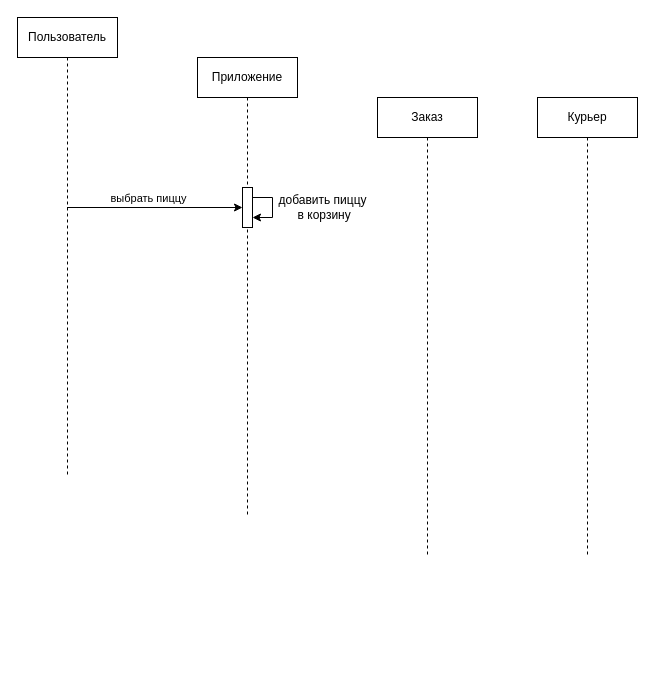
This is ДиаграммаПоследовательности.drawio from hard-gainer/UML, a draw.io file, before an edit. Source tidied: cells renumbered, new cells numbered last; positions are measured from the earlier drawing's top-left corner, leaving out a move shared by most shapes. Both pictures are drawn from the tidied source at 100%, with x=0, y=0 at pixel (17, 17).
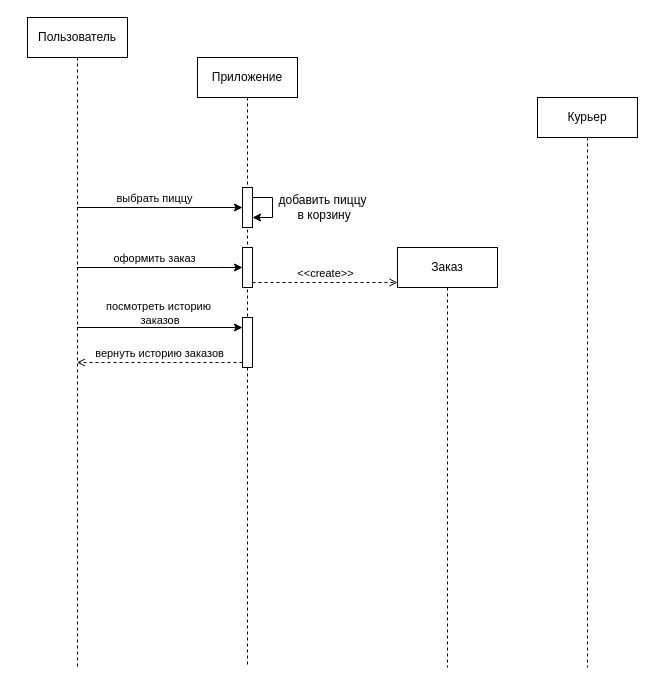
Above is the later version.

What changed in the source:
```diff
@@
     <mxCell id="4" value="Пользователь" style="shape=umlLifeline;perimeter=lifelinePerimeter;whiteSpace=wrap;html=1;outlineConnect=0;portConstraint=eastwest;newEdgeStyle={&quot;edgeStyle&quot;:&quot;elbowEdgeStyle&quot;,&quot;elbow&quot;:&quot;vertical&quot;,&quot;curved&quot;:0,&quot;rounded&quot;:0};" parent="1" vertex="1">
-      <mxGeometry width="100" height="460" as="geometry" />
+      <mxGeometry x="10" width="100" height="650" as="geometry" />
     </mxCell>
     <mxCell id="5" value="Приложение" style="shape=umlLifeline;perimeter=lifelinePerimeter;whiteSpace=wrap;html=1;newEdgeStyle={&quot;edgeStyle&quot;:&quot;elbowEdgeStyle&quot;,&quot;elbow&quot;:&quot;vertical&quot;,&quot;curved&quot;:0,&quot;rounded&quot;:0};" parent="1" vertex="1">
-      <mxGeometry x="180" y="40" width="100" height="460" as="geometry" />
+      <mxGeometry x="180" y="40" width="100" height="610" as="geometry" />
     </mxCell>
@@
+    <mxCell id="11" style="html=1;points=[[0,0,0,0,5],[0,1,0,0,-5],[1,0,0,0,5],[1,1,0,0,-5]];perimeter=orthogonalPerimeter;outlineConnect=0;targetShapes=umlLifeline;portConstraint=eastwest;newEdgeStyle={&quot;curved&quot;:0,&quot;rounded&quot;:0};" parent="5" vertex="1">
+      <mxGeometry x="45" y="190" width="10" height="40" as="geometry" />
+    </mxCell>
+    <mxCell id="12" style="html=1;points=[[0,0,0,0,5],[0,1,0,0,-5],[1,0,0,0,5],[1,1,0,0,-5]];perimeter=orthogonalPerimeter;outlineConnect=0;targetShapes=umlLifeline;portConstraint=eastwest;newEdgeStyle={&quot;curved&quot;:0,&quot;rounded&quot;:0};" parent="5" vertex="1">
+      <mxGeometry x="45" y="260" width="10" height="50" as="geometry" />
+    </mxCell>
     <mxCell id="8" value="Курьер" style="shape=umlLifeline;perimeter=lifelinePerimeter;whiteSpace=wrap;html=1;newEdgeStyle={&quot;edgeStyle&quot;:&quot;elbowEdgeStyle&quot;,&quot;elbow&quot;:&quot;vertical&quot;,&quot;curved&quot;:0,&quot;rounded&quot;:0};" parent="1" vertex="1">
-      <mxGeometry x="520" y="80" width="100" height="460" as="geometry" />
+      <mxGeometry x="520" y="80" width="100" height="570" as="geometry" />
     </mxCell>
@@
     <mxCell id="10" value="Заказ" style="shape=umlLifeline;perimeter=lifelinePerimeter;whiteSpace=wrap;html=1;newEdgeStyle={&quot;edgeStyle&quot;:&quot;elbowEdgeStyle&quot;,&quot;elbow&quot;:&quot;vertical&quot;,&quot;curved&quot;:0,&quot;rounded&quot;:0};" parent="1" vertex="1">
-      <mxGeometry x="360" y="80" width="100" height="460" as="geometry" />
+      <mxGeometry x="380" y="230" width="100" height="420" as="geometry" />
     </mxCell>
+    <mxCell id="13" style="edgeStyle=elbowEdgeStyle;rounded=0;jettySize=auto;html=1;elbow=vertical;curved=0;" parent="1" edge="1" source="4" target="11">
+      <mxGeometry relative="1" as="geometry">
+        <Array as="points">
+          <mxPoint x="200" y="250" />
+          <mxPoint x="190" y="260" />
+        </Array>
+      </mxGeometry>
+    </mxCell>
+    <mxCell id="14" value="оформить заказ" style="edgeLabel;html=1;align=center;verticalAlign=middle;" parent="13" vertex="1">
+      <mxGeometry x="-0.24" y="1" relative="1" as="geometry">
+        <mxPoint x="14" y="-9" as="offset" />
+      </mxGeometry>
+    </mxCell>
+    <mxCell id="15" style="edgeStyle=elbowEdgeStyle;rounded=0;jettySize=auto;html=1;elbow=vertical;curved=0;" parent="1" edge="1" source="4" target="12">
+      <mxGeometry relative="1" as="geometry">
+        <Array as="points">
+          <mxPoint x="150" y="310" />
+          <mxPoint x="210" y="330" />
+          <mxPoint x="200" y="340" />
+        </Array>
+      </mxGeometry>
+    </mxCell>
+    <mxCell id="16" value="посмотреть историю&lt;div&gt;&amp;nbsp;заказов&lt;/div&gt;" style="edgeLabel;html=1;align=center;verticalAlign=middle;" parent="15" vertex="1">
+      <mxGeometry x="-0.24" y="1" relative="1" as="geometry">
+        <mxPoint x="18" y="-14" as="offset" />
+      </mxGeometry>
+    </mxCell>
+    <mxCell id="17" value="&amp;lt;&amp;lt;create&amp;gt;&amp;gt;" style="html=1;verticalAlign=bottom;labelBackgroundColor=none;endArrow=open;endFill=0;dashed=1;rounded=0;exitX=1;exitY=1;exitDx=0;exitDy=-5;exitPerimeter=0;" parent="1" edge="1" source="11">
+      <mxGeometry relative="1" as="geometry">
+        <mxPoint x="380" y="265" as="targetPoint" />
+      </mxGeometry>
+    </mxCell>
+    <mxCell id="18" value="вернуть историю заказов" style="html=1;verticalAlign=bottom;labelBackgroundColor=none;endArrow=open;endFill=0;dashed=1;rounded=0;exitX=0;exitY=1;exitDx=0;exitDy=-5;exitPerimeter=0;" parent="1" edge="1" source="12" target="4">
+      <mxGeometry relative="1" as="geometry" />
+    </mxCell>
```
